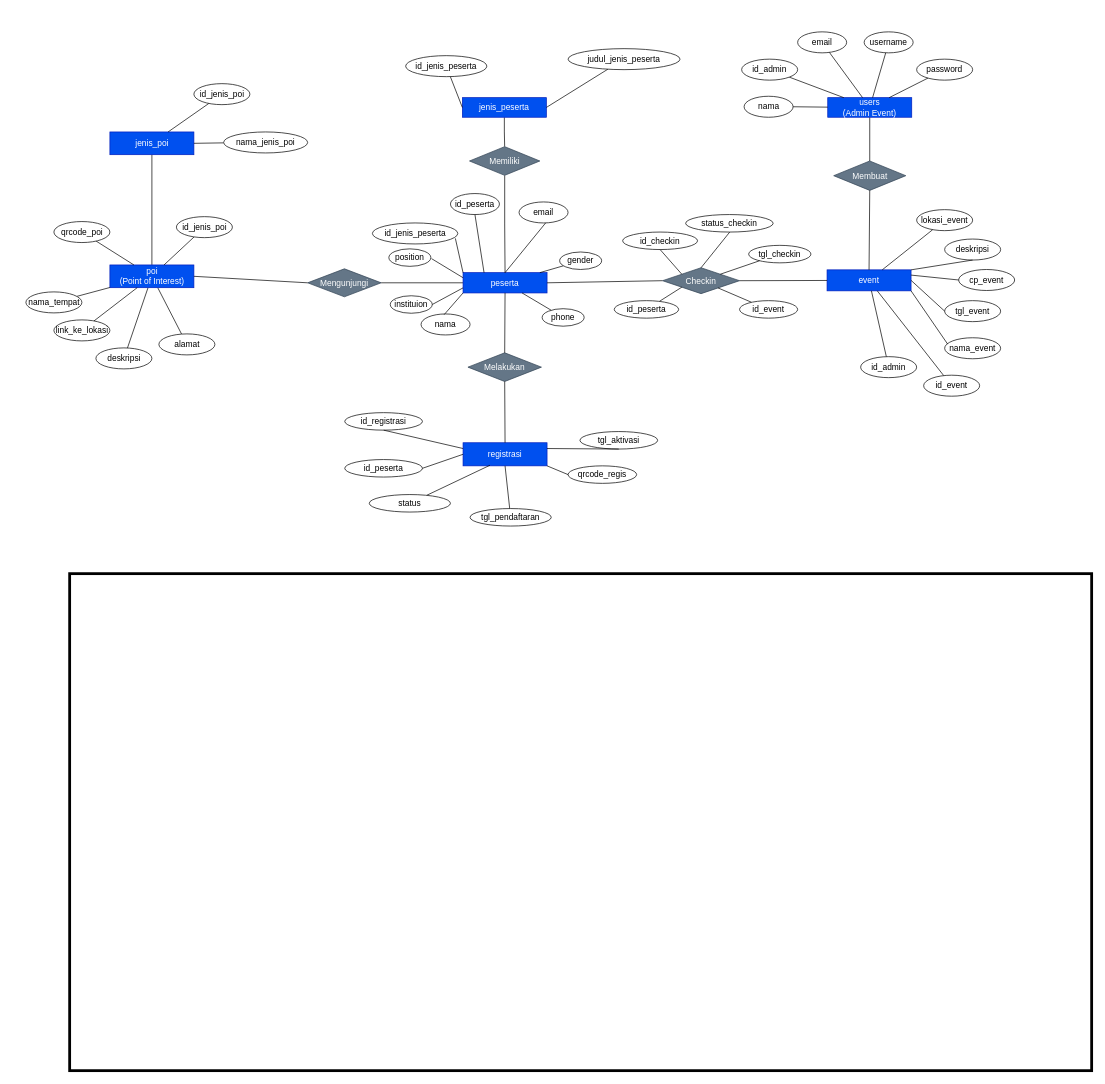
Before: diagram/citynet_dfd.drawio in kominfo-denpasar/drawio, a draw.io diagram. Source tidied: cells renumbered, new cells numbered last; positions are measured from the earlier drawing's top-left corner, leaving out a move shared by most shapes. Both pictures are drawn from the tidied source at 70%, with x=0, y=0 at pixel (26, 31).
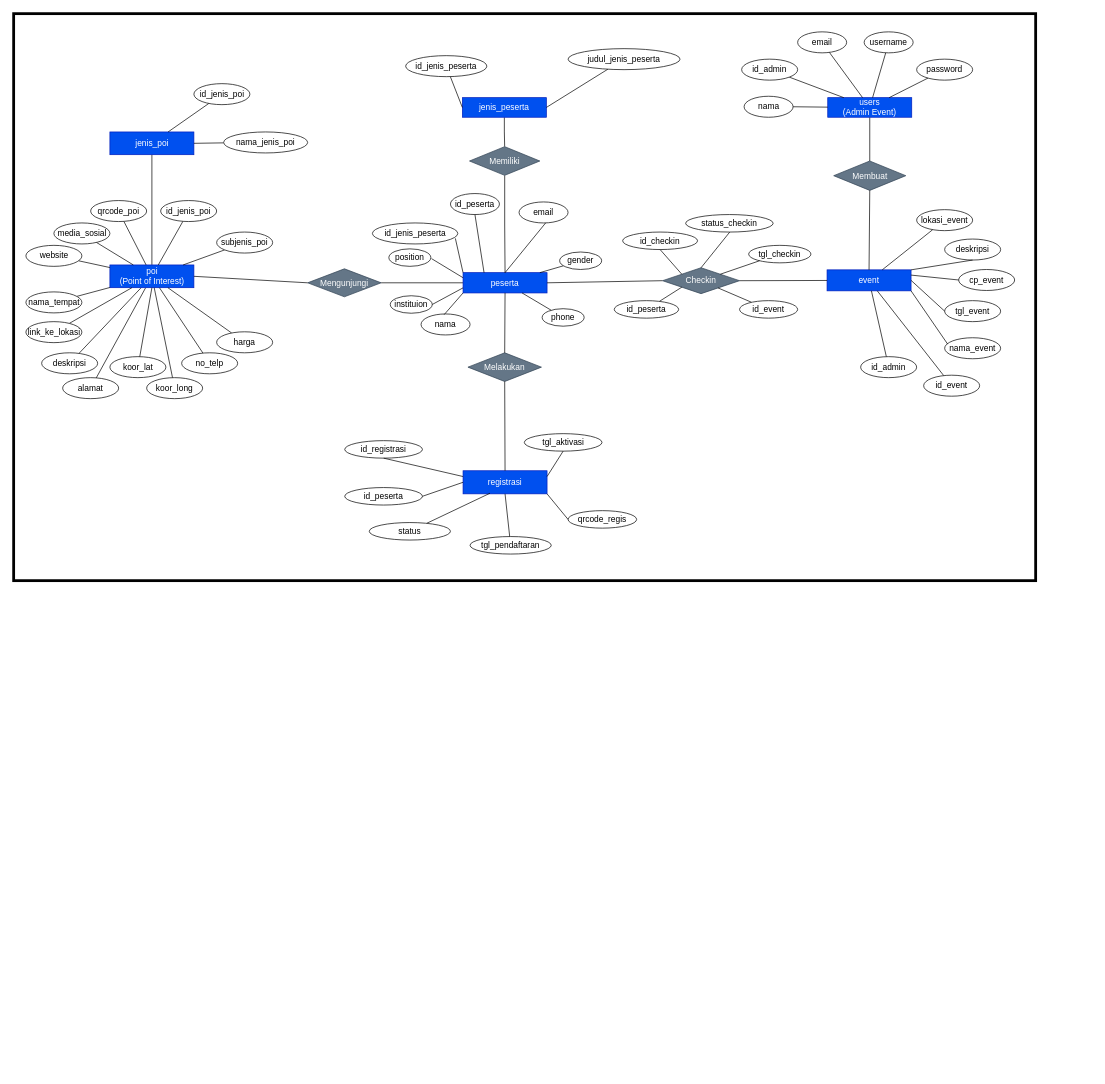
The same page after the edit.

The change refers to these unchanged cells:
```xml
<mxCell id="87" value="poi&lt;div&gt;(Point of Interest)&lt;/div&gt;" style="rounded=0;whiteSpace=wrap;html=1;fillColor=#0050ef;strokeColor=#001DBC;fontColor=#ffffff;" parent="1" vertex="1">
  <mxGeometry x="119.5" y="333" width="120" height="32.5" as="geometry" />
</mxCell>
```

Diff of the diagram source:
```diff
@@
     <mxCell id="4" value="registrasi" style="rounded=0;whiteSpace=wrap;html=1;fillColor=#0050ef;fontColor=#ffffff;strokeColor=#001DBC;" parent="1" vertex="1">
-      <mxGeometry x="624" y="587" width="120" height="33" as="geometry" />
+      <mxGeometry x="624" y="627" width="120" height="33" as="geometry" />
     </mxCell>
@@
     <mxCell id="27" value="tgl_aktivasi" style="ellipse;whiteSpace=wrap;html=1;" parent="1" vertex="1">
-      <mxGeometry x="791" y="571" width="111" height="25" as="geometry" />
+      <mxGeometry x="711.5" y="574" width="111" height="25" as="geometry" />
     </mxCell>
@@
     <mxCell id="45" value="qrcode_regis" style="ellipse;whiteSpace=wrap;html=1;" parent="1" vertex="1">
-      <mxGeometry x="774" y="620" width="98" height="25" as="geometry" />
+      <mxGeometry x="774" y="684" width="98" height="25" as="geometry" />
     </mxCell>
@@
     <mxCell id="54" value="tgl_pendaftaran" style="ellipse;whiteSpace=wrap;html=1;" parent="1" vertex="1">
-      <mxGeometry x="634" y="681" width="116" height="25" as="geometry" />
+      <mxGeometry x="634" y="721" width="116" height="25" as="geometry" />
     </mxCell>
@@
     <mxCell id="58" value="status" style="ellipse;whiteSpace=wrap;html=1;" parent="1" vertex="1">
-      <mxGeometry x="490" y="661" width="116" height="25" as="geometry" />
+      <mxGeometry x="490" y="701" width="116" height="25" as="geometry" />
     </mxCell>
@@
     <mxCell id="66" value="id_registrasi" style="ellipse;whiteSpace=wrap;html=1;" parent="1" vertex="1">
-      <mxGeometry x="455" y="544" width="111" height="25" as="geometry" />
+      <mxGeometry x="455" y="584" width="111" height="25" as="geometry" />
     </mxCell>
     <mxCell id="67" value="id_peserta" style="ellipse;whiteSpace=wrap;html=1;" parent="1" vertex="1">
-      <mxGeometry x="455" y="611" width="111" height="25" as="geometry" />
+      <mxGeometry x="455" y="651" width="111" height="25" as="geometry" />
     </mxCell>
@@
     <mxCell id="90" value="deskripsi" style="ellipse;whiteSpace=wrap;html=1;" parent="1" vertex="1">
-      <mxGeometry x="99.5" y="451.5" width="80" height="30" as="geometry" />
+      <mxGeometry x="22" y="458.5" width="80" height="30" as="geometry" />
     </mxCell>
@@
     <mxCell id="92" value="link_ke_lokasi" style="ellipse;whiteSpace=wrap;html=1;" parent="1" vertex="1">
-      <mxGeometry x="39.5" y="411.5" width="80" height="30" as="geometry" />
+      <mxGeometry x="-0.5" y="414" width="80" height="30" as="geometry" />
     </mxCell>
     <mxCell id="93" value="alamat" style="ellipse;whiteSpace=wrap;html=1;" parent="1" vertex="1">
-      <mxGeometry x="189.5" y="431.5" width="80" height="30" as="geometry" />
+      <mxGeometry x="52" y="494" width="80" height="30" as="geometry" />
     </mxCell>
@@
     <mxCell id="95" value="qrcode_poi" style="ellipse;whiteSpace=wrap;html=1;" parent="1" vertex="1">
-      <mxGeometry x="39.5" y="271" width="80" height="30" as="geometry" />
+      <mxGeometry x="92" y="241" width="80" height="30" as="geometry" />
     </mxCell>
@@
     <mxCell id="101" value="id_jenis_poi" style="ellipse;whiteSpace=wrap;html=1;" parent="1" vertex="1">
-      <mxGeometry x="214.5" y="264" width="80" height="30" as="geometry" />
+      <mxGeometry x="192" y="241" width="80" height="30" as="geometry" />
     </mxCell>
     <mxCell id="102" style="rounded=0;whiteSpace=wrap;html=1;fillColor=none;strokeWidth=4;" parent="1" vertex="1">
-      <mxGeometry x="62" y="774" width="1460" height="710" as="geometry" />
+      <mxGeometry x="-18" y="-26" width="1460" height="810" as="geometry" />
     </mxCell>
@@
+    <mxCell id="108" value="koor_lat" style="ellipse;whiteSpace=wrap;html=1;" parent="1" vertex="1">
+      <mxGeometry x="119.5" y="464" width="80" height="30" as="geometry" />
+    </mxCell>
+    <mxCell id="109" style="rounded=0;jettySize=auto;html=1;entryX=0.5;entryY=1;entryDx=0;entryDy=0;endArrow=none;endFill=0;" parent="1" edge="1" source="108" target="87">
+      <mxGeometry relative="1" as="geometry" />
+    </mxCell>
+    <mxCell id="110" style="rounded=0;jettySize=auto;html=1;endArrow=none;endFill=0;" parent="1" edge="1" source="111" target="87">
+      <mxGeometry relative="1" as="geometry" />
+    </mxCell>
+    <mxCell id="111" value="koor_long" style="ellipse;whiteSpace=wrap;html=1;" parent="1" vertex="1">
+      <mxGeometry x="172" y="494" width="80" height="30" as="geometry" />
+    </mxCell>
+    <mxCell id="112" style="rounded=0;jettySize=auto;html=1;endArrow=none;endFill=0;" parent="1" edge="1" source="113" target="87">
+      <mxGeometry relative="1" as="geometry" />
+    </mxCell>
+    <mxCell id="113" value="no_telp" style="ellipse;whiteSpace=wrap;html=1;" parent="1" vertex="1">
+      <mxGeometry x="222" y="458.5" width="80" height="30" as="geometry" />
+    </mxCell>
+    <mxCell id="114" style="rounded=0;jettySize=auto;html=1;endArrow=none;endFill=0;" parent="1" edge="1" source="115" target="87">
+      <mxGeometry relative="1" as="geometry" />
+    </mxCell>
+    <mxCell id="115" value="harga" style="ellipse;whiteSpace=wrap;html=1;" parent="1" vertex="1">
+      <mxGeometry x="272" y="428.5" width="80" height="30" as="geometry" />
+    </mxCell>
+    <mxCell id="116" style="rounded=0;jettySize=auto;html=1;endArrow=none;endFill=0;" parent="1" edge="1" source="117" target="87">
+      <mxGeometry relative="1" as="geometry" />
+    </mxCell>
+    <mxCell id="117" value="media_sosial" style="ellipse;whiteSpace=wrap;html=1;" parent="1" vertex="1">
+      <mxGeometry x="39.5" y="273" width="80" height="30" as="geometry" />
+    </mxCell>
+    <mxCell id="118" style="rounded=0;jettySize=auto;html=1;endArrow=none;endFill=0;" parent="1" edge="1" source="119" target="87">
+      <mxGeometry relative="1" as="geometry" />
+    </mxCell>
+    <mxCell id="119" value="website" style="ellipse;whiteSpace=wrap;html=1;" parent="1" vertex="1">
+      <mxGeometry x="-0.5" y="305" width="80" height="30" as="geometry" />
+    </mxCell>
+    <mxCell id="120" style="rounded=0;jettySize=auto;html=1;endArrow=none;endFill=0;" parent="1" edge="1" source="121" target="87">
+      <mxGeometry relative="1" as="geometry" />
+    </mxCell>
+    <mxCell id="121" value="subjenis_poi" style="ellipse;whiteSpace=wrap;html=1;" parent="1" vertex="1">
+      <mxGeometry x="272" y="286" width="80" height="30" as="geometry" />
+    </mxCell>
```
